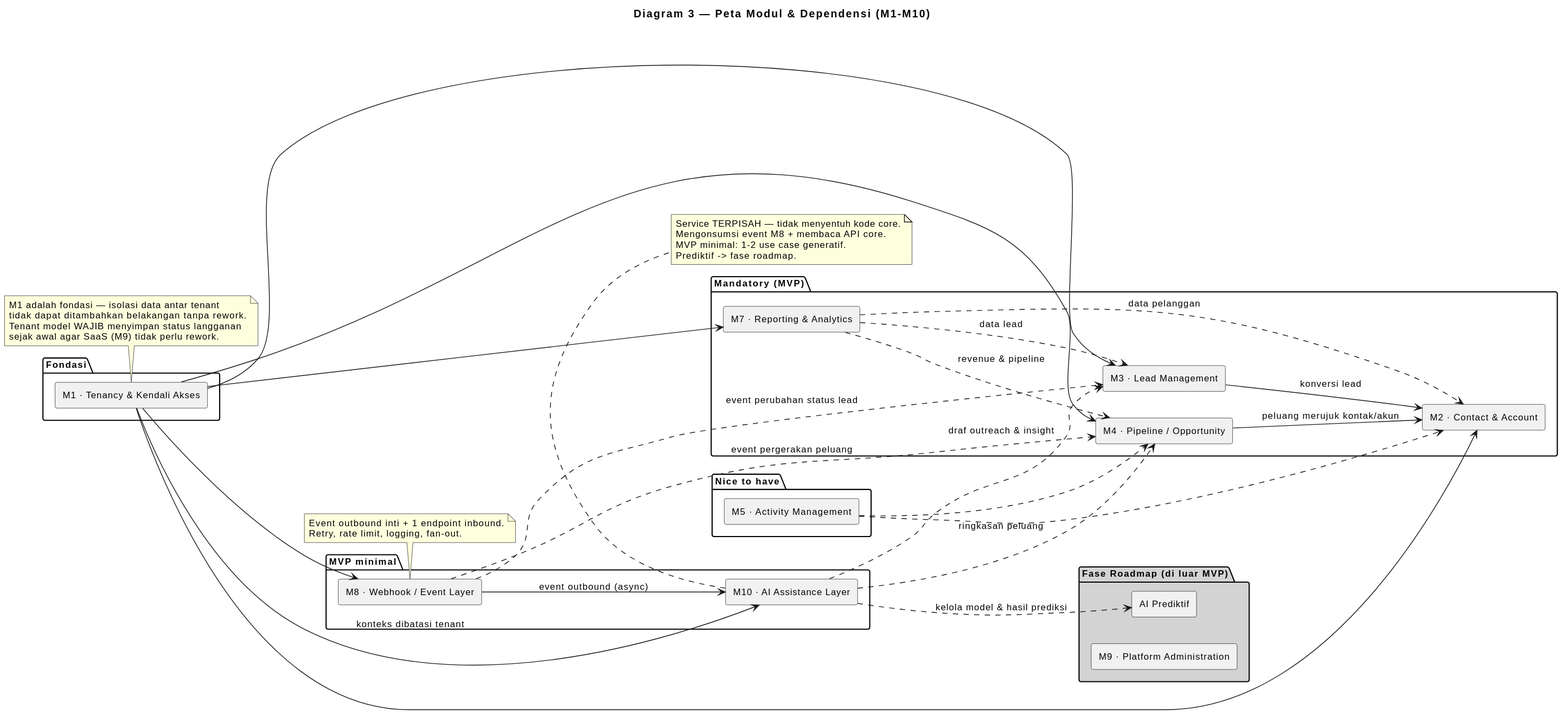
Before: knowledge/projects/bootcamp-crm/requirements/brd/diagrams/03-peta-modul.svg, a diagram exported from PlantUML (yudha-tlab/ai-os-knowledge).
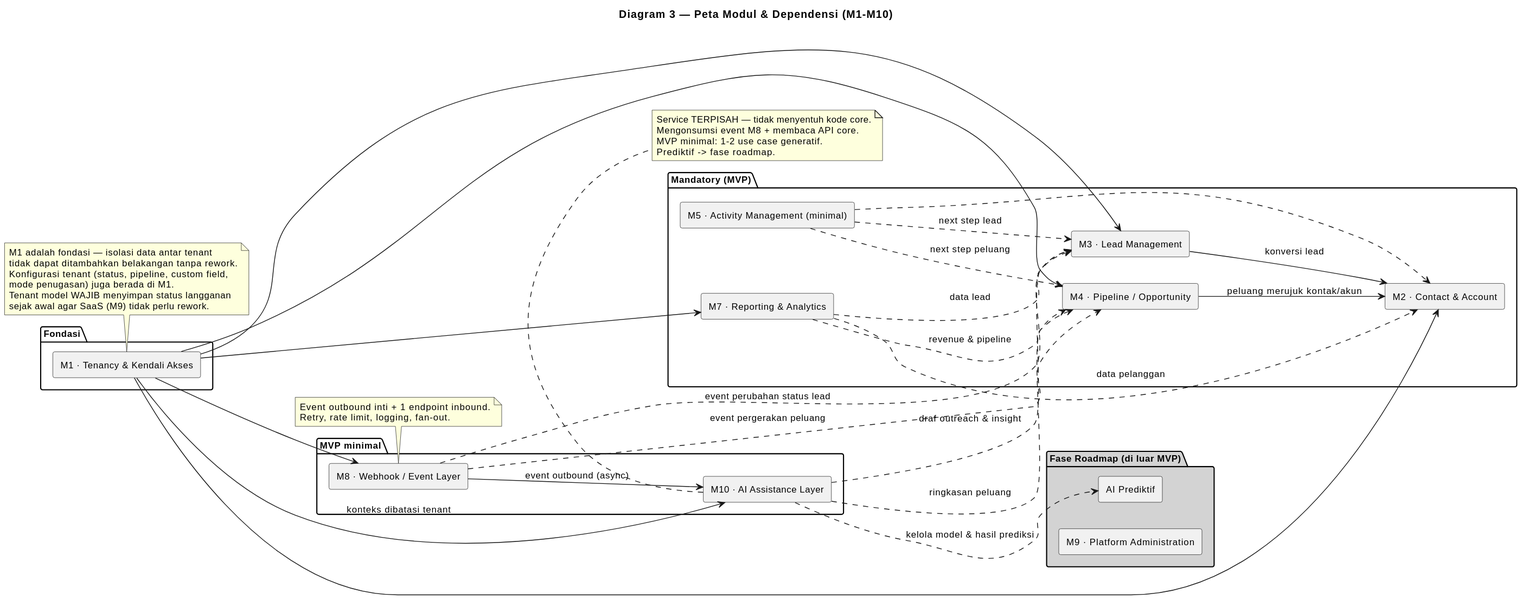
The same diagram one commit later.

What changed in the source:
```diff
@@ -12,6 +12,7 @@
 
 package "Mandatory (MVP)" {
   [M2 · Contact & Account] as M2
+  [M5 · Activity Management (minimal)] as M5
   [M3 · Lead Management] as M3
   [M4 · Pipeline / Opportunity] as M4
   [M7 · Reporting & Analytics] as M7
@@ -20,10 +21,6 @@
 package "MVP minimal" {
   [M8 · Webhook / Event Layer] as M8
   [M10 · AI Assistance Layer] as M10
-}
-
-package "Nice to have" {
-  [M5 · Activity Management] as M5
 }
 
 package "Fase Roadmap (di luar MVP)" #LightGray {
@@ -44,7 +41,8 @@
 M7 ..> M3 : data lead
 M7 ..> M2 : data pelanggan
 M5 ..> M2
-M5 ..> M4
+M5 ..> M3 : next step lead
+M5 ..> M4 : next step peluang
 M8 ..> M3 : event perubahan status lead
 M8 ..> M4 : event pergerakan peluang
 
@@ -56,6 +54,8 @@
 note bottom of M1
   M1 adalah fondasi — isolasi data antar tenant
   tidak dapat ditambahkan belakangan tanpa rework.
+  Konfigurasi tenant (status, pipeline, custom field,
+  mode penugasan) juga berada di M1.
   Tenant model WAJIB menyimpan status langganan
   sejak awal agar SaaS (M9) tidak perlu rework.
 end note
```
